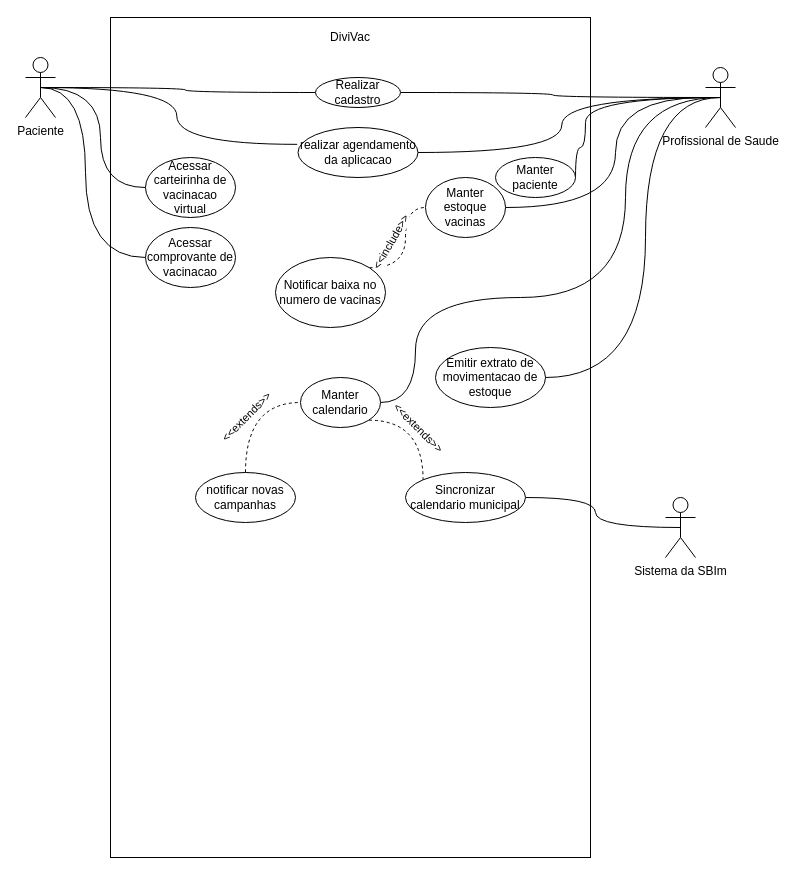
Earlier version of the draw.io diagram doc/casodeuso.drawio (Numb4r/DiviVac). Source tidied: cells renumbered, new cells numbered last; positions are measured from the earlier drawing's top-left corner, leaving out a move shared by most shapes. Both pictures are drawn from the tidied source at 100%, with x=0, y=0 at pixel (25, 17).
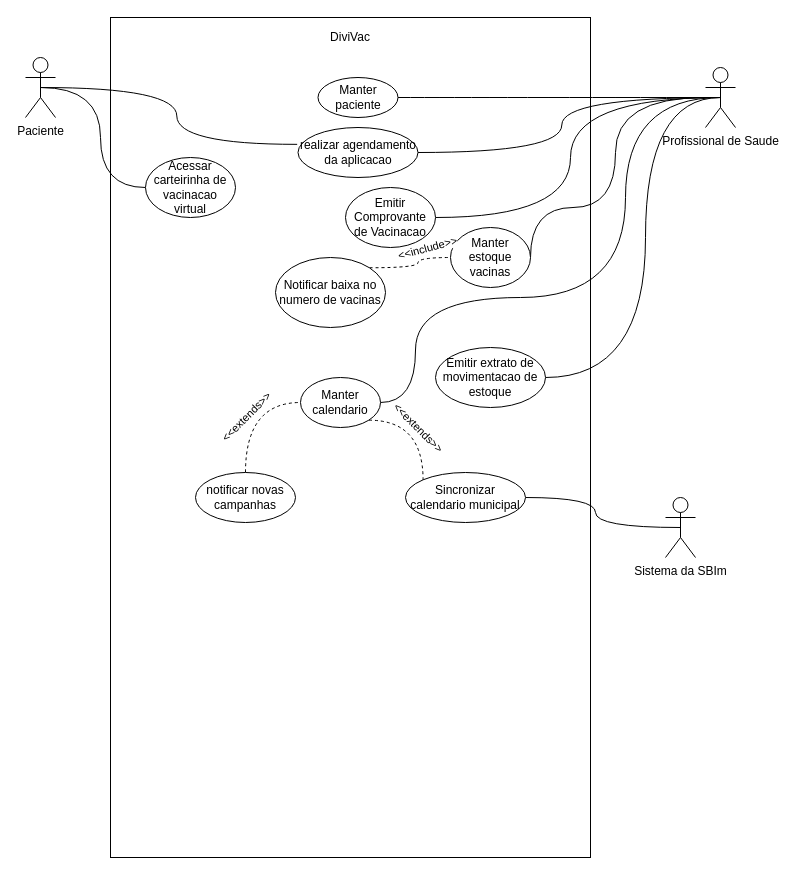
After the change.

Commit message:
update caso de uso

The change refers to these unchanged cells:
```xml
<mxCell id="9" value="Profissional de Saude" style="shape=umlActor;verticalLabelPosition=bottom;verticalAlign=top;html=1;outlineConnect=0;" parent="1" vertex="1">
  <mxGeometry x="680" y="50" width="30" height="60" as="geometry" />
</mxCell>
<mxCell id="14" value="Paciente" style="shape=umlActor;verticalLabelPosition=bottom;verticalAlign=top;html=1;outlineConnect=0;" parent="1" vertex="1">
  <mxGeometry y="40" width="30" height="60" as="geometry" />
</mxCell>
<mxCell id="24" style="edgeStyle=orthogonalEdgeStyle;curved=1;jettySize=auto;html=1;exitX=1;exitY=0;exitDx=0;exitDy=0;entryX=0;entryY=0.5;entryDx=0;entryDy=0;endArrow=none;endFill=0;dashed=1;" parent="1" edge="1" source="26" target="20">
  <mxGeometry relative="1" as="geometry" />
</mxCell>
```

Diff of the diagram source:
```diff
@@
-    <mxCell id="3" style="edgeStyle=orthogonalEdgeStyle;jettySize=auto;html=1;exitX=0.5;exitY=0.5;exitDx=0;exitDy=0;exitPerimeter=0;entryX=1;entryY=0.5;entryDx=0;entryDy=0;endArrow=none;endFill=0;curved=1;" parent="1" edge="1" source="9" target="17">
-      <mxGeometry relative="1" as="geometry" />
-    </mxCell>
@@
     <mxCell id="6" style="edgeStyle=orthogonalEdgeStyle;curved=1;jettySize=auto;html=1;exitX=0.5;exitY=0.5;exitDx=0;exitDy=0;exitPerimeter=0;entryX=1;entryY=0.5;entryDx=0;entryDy=0;endArrow=none;endFill=0;" parent="1" edge="1" source="9" target="19">
       <mxGeometry relative="1" as="geometry">
         <Array as="points">
-          <mxPoint x="560" y="80" />
-          <mxPoint x="560" y="130" />
+          <mxPoint x="470" y="80" />
+          <mxPoint x="470" y="80" />
         </Array>
       </mxGeometry>
     </mxCell>
@@
+    <mxCell id="35" style="edgeStyle=orthogonalEdgeStyle;jettySize=auto;html=1;exitX=0.5;exitY=0.5;exitDx=0;exitDy=0;exitPerimeter=0;entryX=1;entryY=0.5;entryDx=0;entryDy=0;startArrow=none;startFill=0;endArrow=none;endFill=0;curved=1;" parent="1" edge="1" source="9" target="31">
+      <mxGeometry relative="1" as="geometry" />
+    </mxCell>
@@
-    <mxCell id="10" style="edgeStyle=orthogonalEdgeStyle;jettySize=auto;html=1;exitX=0.5;exitY=0.5;exitDx=0;exitDy=0;exitPerimeter=0;endArrow=none;endFill=0;curved=1;" parent="1" edge="1" source="14" target="17">
-      <mxGeometry relative="1" as="geometry" />
-    </mxCell>
@@
-    <mxCell id="12" style="edgeStyle=orthogonalEdgeStyle;curved=1;jettySize=auto;html=1;exitX=0.5;exitY=0.5;exitDx=0;exitDy=0;exitPerimeter=0;entryX=0;entryY=0.5;entryDx=0;entryDy=0;endArrow=none;endFill=0;" parent="1" edge="1" source="14" target="31">
-      <mxGeometry relative="1" as="geometry">
-        <Array as="points">
-          <mxPoint x="60" y="70" />
-          <mxPoint x="60" y="240" />
-        </Array>
-      </mxGeometry>
-    </mxCell>
@@
-    <mxCell id="17" value="Realizar cadastro" style="ellipse;whiteSpace=wrap;html=1;" parent="1" vertex="1">
-      <mxGeometry x="290" y="60" width="85" height="30" as="geometry" />
-    </mxCell>
@@
     <mxCell id="19" value="Manter paciente" style="ellipse;whiteSpace=wrap;html=1;" parent="1" vertex="1">
-      <mxGeometry x="470" y="140" width="80" height="40" as="geometry" />
+      <mxGeometry x="292.5" y="60" width="80" height="40" as="geometry" />
     </mxCell>
     <mxCell id="20" value="Manter estoque vacinas" style="ellipse;whiteSpace=wrap;html=1;" parent="1" vertex="1">
-      <mxGeometry x="400" y="160" width="80" height="60" as="geometry" />
+      <mxGeometry x="425" y="210" width="80" height="60" as="geometry" />
     </mxCell>
@@
-    <mxCell id="25" value="&amp;lt;&amp;lt;include&amp;gt;&amp;gt;" style="edgeLabel;html=1;align=center;verticalAlign=middle;rotation=-60;" parent="24" vertex="1">
+    <mxCell id="25" value="&amp;lt;&amp;lt;include&amp;gt;&amp;gt;" style="edgeLabel;html=1;align=center;verticalAlign=middle;rotation=-15;" parent="24" vertex="1">
       <mxGeometry x="-0.09" y="2" relative="1" as="geometry">
-        <mxPoint x="-13" y="-8" as="offset" />
+        <mxPoint x="15" y="-18" as="offset" />
       </mxGeometry>
     </mxCell>
@@
-    <mxCell id="31" value="Acessar comprovante de vacinacao" style="ellipse;whiteSpace=wrap;html=1;" parent="1" vertex="1">
-      <mxGeometry x="120" y="210" width="90" height="60" as="geometry" />
+    <mxCell id="31" value="Emitir Comprovante de Vacinacao" style="ellipse;whiteSpace=wrap;html=1;" parent="1" vertex="1">
+      <mxGeometry x="320" y="170" width="90" height="60" as="geometry" />
     </mxCell>
```
